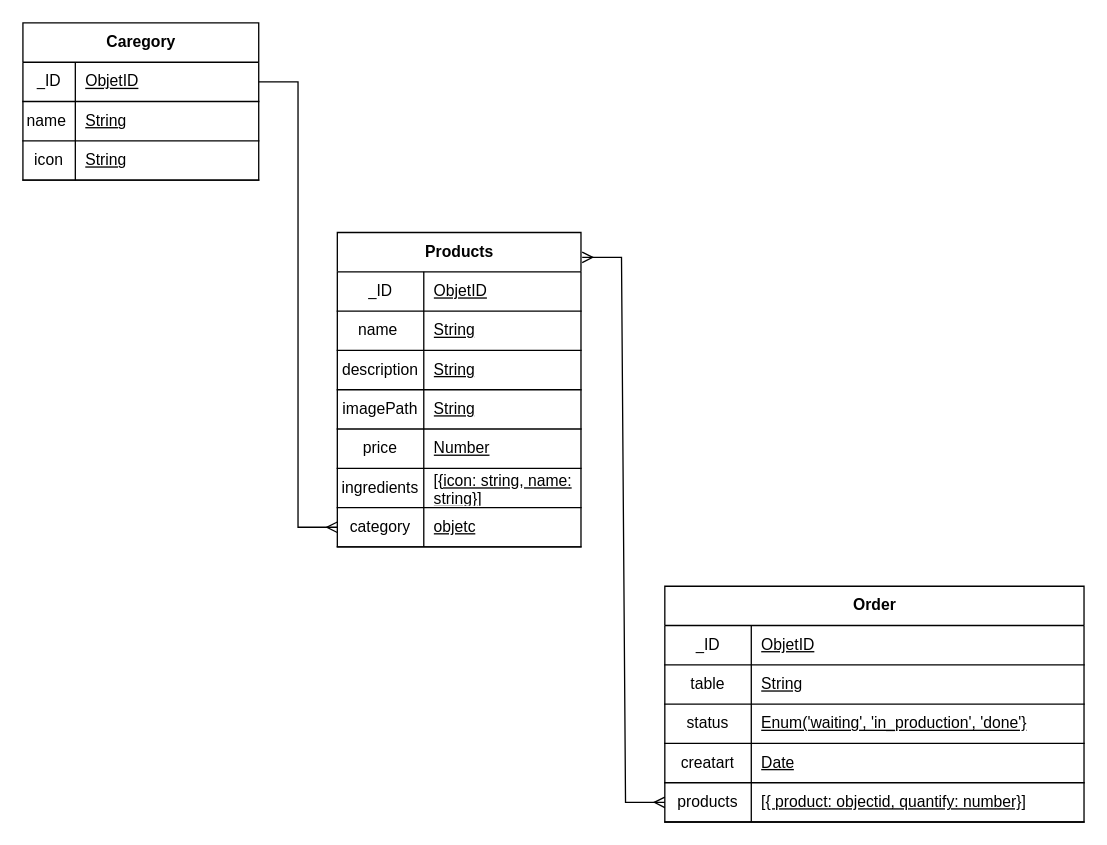
Above: AppFood/Diagrama sem nome.drawio in marquesrx/webII (draw.io), before the change. Source tidied: cells renumbered, new cells numbered last; positions are measured from the earlier drawing's top-left corner, leaving out a move shared by most shapes. Both pictures are drawn from the tidied source at 131%, with x=0, y=0 at pixel (22, 22).
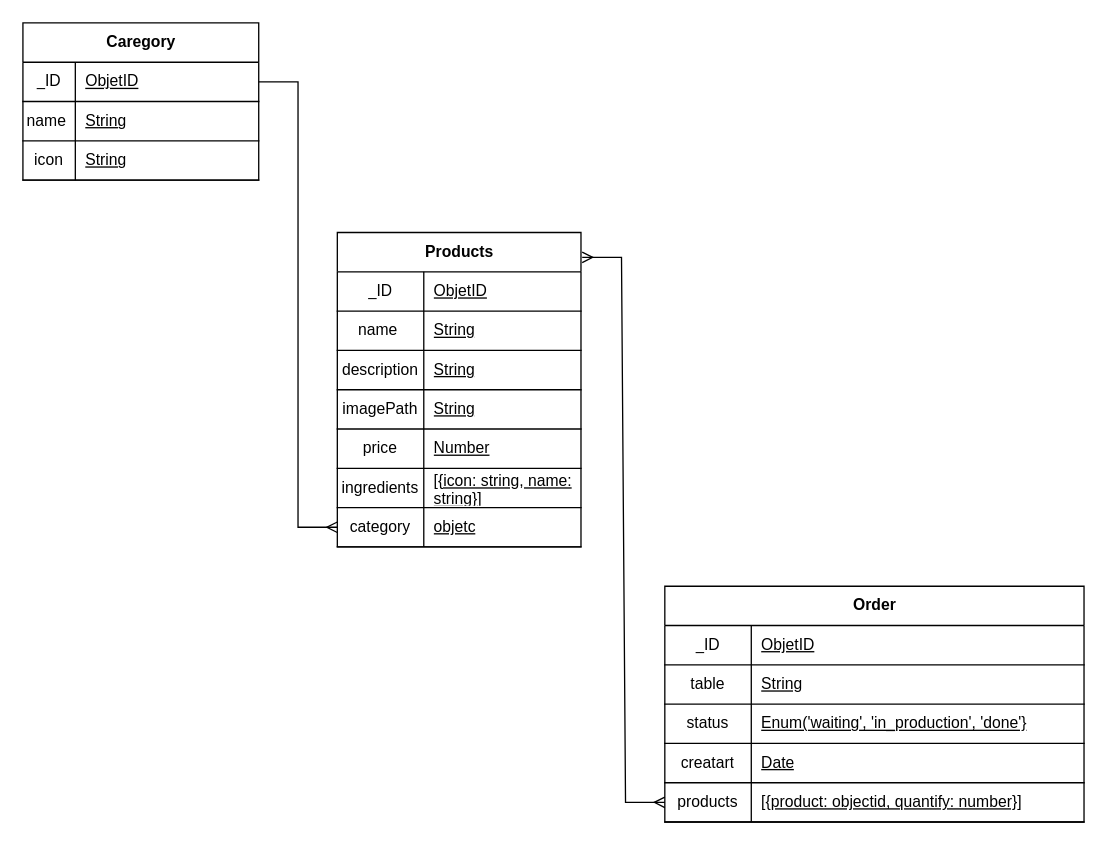
After the change.

Commit message:
Diagrama de BD MongoDB

Unchanged cells that the change refers to:
```xml
<mxCell id="47" style="shape=tableRow;horizontal=0;startSize=0;swimlaneHead=0;swimlaneBody=0;fillColor=none;points=[[0,0.5],[1,0.5]];portConstraint=eastwest;top=0;left=0;right=0;bottom=1;" parent="34" vertex="1">
  <mxGeometry y="150" width="320" height="30" as="geometry" />
</mxCell>
```

Change to the diagram source:
```diff
@@
-    <mxCell id="49" value="&lt;span style=&quot;font-weight: 400;&quot;&gt;[{ product: objectid, quantify: number}]&lt;/span&gt;" style="shape=partialRectangle;fillColor=none;top=0;left=0;bottom=0;right=0;align=left;spacingLeft=6;fontStyle=5;overflow=hidden;whiteSpace=wrap;html=1;" parent="47" vertex="1">
+    <mxCell id="49" value="&lt;span style=&quot;font-weight: 400;&quot;&gt;[{product: objectid, quantify: number}]&lt;/span&gt;" style="shape=partialRectangle;fillColor=none;top=0;left=0;bottom=0;right=0;align=left;spacingLeft=6;fontStyle=5;overflow=hidden;whiteSpace=wrap;html=1;" parent="47" vertex="1">
       <mxGeometry x="66" width="254" height="30" as="geometry" />
     </mxCell>
```
